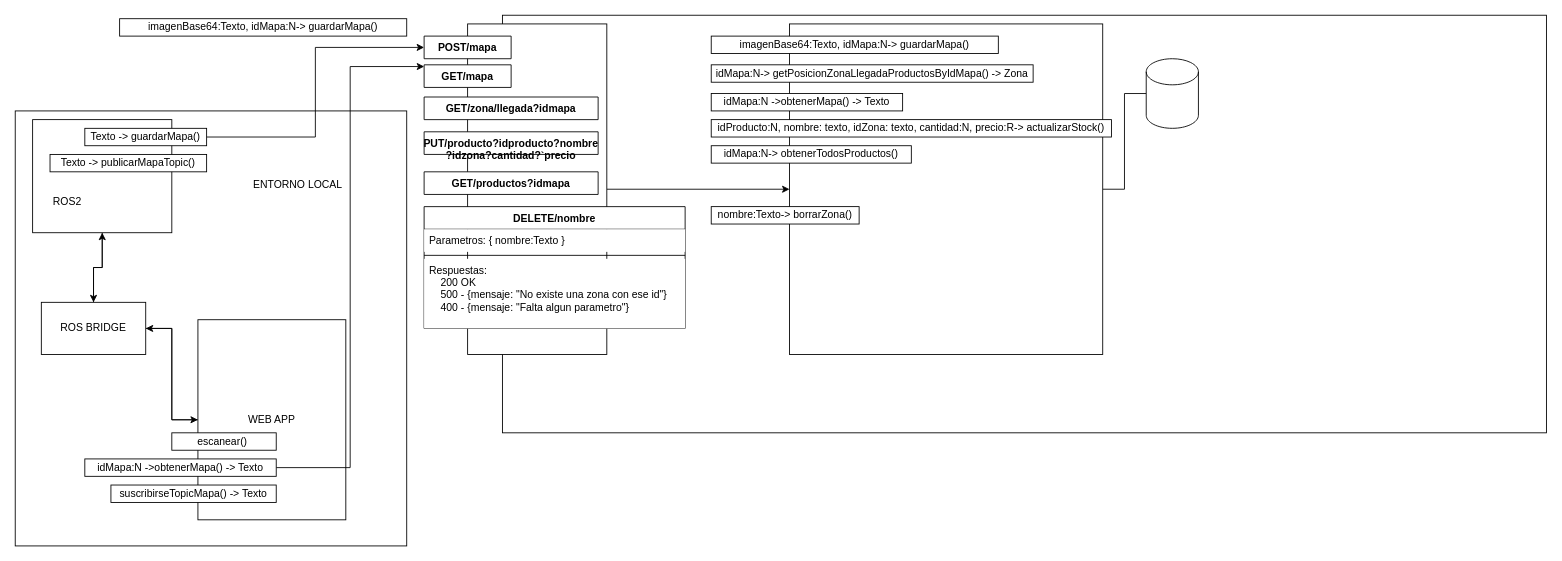
Before: page "Logica Negocio" (1 of 2) of doc/DiagramaBloquesYBD.drawio in GTI-3B-ProyectoRobotica/Automatix-Backend, a draw.io diagram. Source tidied: cells renumbered, new cells numbered last; positions are measured from the earlier drawing's top-left corner, leaving out a move shared by most shapes. Both pictures are drawn from the tidied source at 87%, with x=0, y=0 at pixel (15, 15).
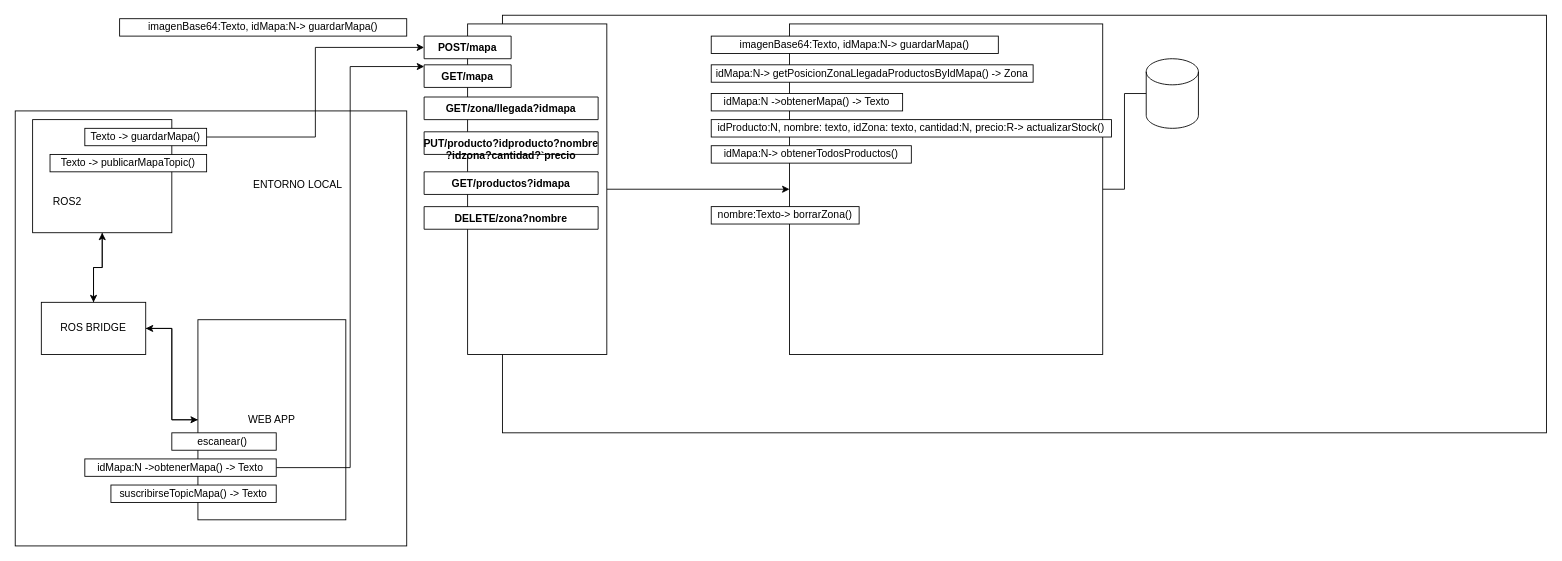
The same page after the edit.

Commit message:
Auto stash before rebase of "refs/heads/feature/borrar_zona"

What changed in the source:
```diff
@@
-    <mxCell id="36" value="DELETE/nombre" style="swimlane;fontStyle=1;align=center;verticalAlign=top;horizontal=1;startSize=26;" parent="1" vertex="1">
-      <mxGeometry x="470" y="220" width="300" height="140" as="geometry" />
+    <mxCell id="36" value="DELETE/zona?nombre" style="swimlane;fontStyle=1;align=center;verticalAlign=top;horizontal=1;startSize=26;" parent="1" vertex="1" collapsed="1">
+      <mxGeometry x="470" y="220" width="200" height="26" as="geometry" />
     </mxCell>
-    <mxCell id="37" value="Parametros: { nombre:Texto }" style="text;strokeColor=none;fillColor=default;align=left;verticalAlign=top;spacingLeft=4;spacingRight=4;overflow=hidden;" parent="36" vertex="1">
-      <mxGeometry y="26" width="300" height="26" as="geometry" />
-    </mxCell>
-    <mxCell id="38" style="line;strokeWidth=1;fillColor=none;align=left;verticalAlign=middle;spacingTop=-1;spacingLeft=3;spacingRight=3;labelPosition=right;" parent="36" vertex="1">
-      <mxGeometry y="52" width="300" height="8" as="geometry" />
-    </mxCell>
-    <mxCell id="39" value="Respuestas:&#10;    200 OK&#10;    500 - {mensaje: &quot;No existe una zona con ese id&quot;}&#10;    400 - {mensaje: &quot;Falta algun parametro&quot;}" style="text;align=left;verticalAlign=top;spacingLeft=4;spacingRight=4;overflow=hidden;fillColor=default;" parent="36" vertex="1">
-      <mxGeometry y="60" width="300" height="80" as="geometry" />
-    </mxCell>
```
